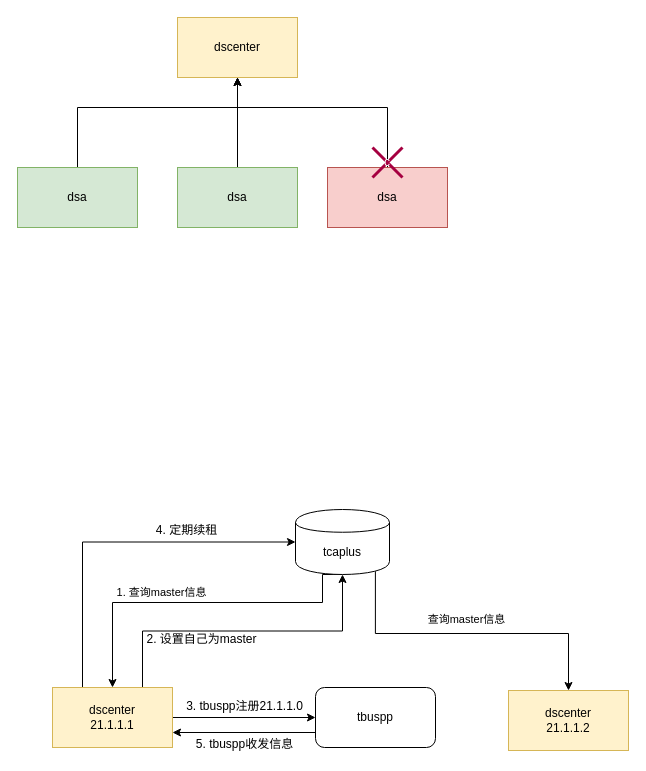
viclab/note keeps this draw.io diagram as Frame.drawio. Above is the earlier version. Source tidied: cells renumbered, new cells numbered last; positions are measured from the earlier drawing's top-left corner, leaving out a move shared by most shapes. Both pictures are drawn from the tidied source at 100%, with x=0, y=0 at pixel (17, 17).
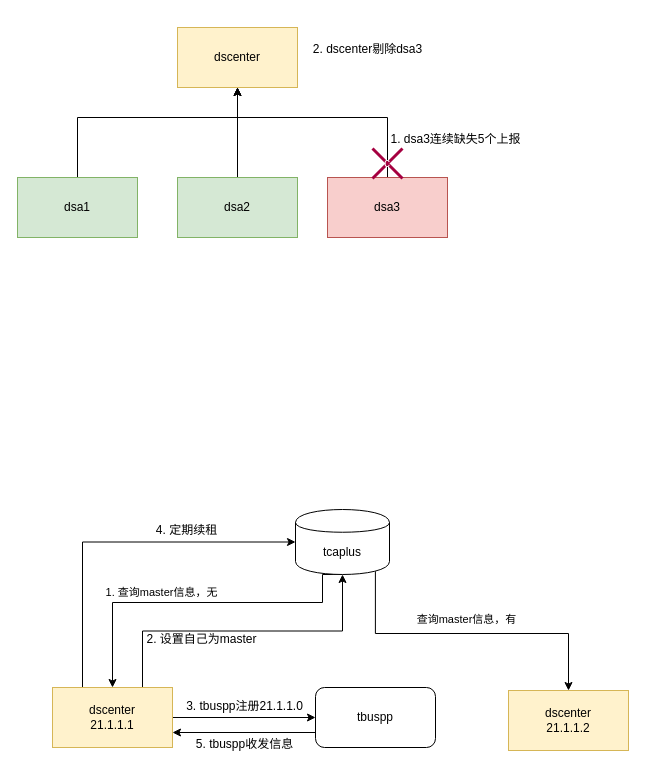
After the change.

Change to the diagram source:
```diff
@@
     <mxCell id="2" value="dscenter" style="rounded=0;whiteSpace=wrap;html=1;fillColor=#fff2cc;strokeColor=#d6b656;" parent="1" vertex="1">
-      <mxGeometry x="160" width="120" height="60" as="geometry" />
+      <mxGeometry x="160" y="10" width="120" height="60" as="geometry" />
     </mxCell>
     <mxCell id="3" style="edgeStyle=orthogonalEdgeStyle;rounded=0;jettySize=auto;html=1;exitX=0.5;exitY=0;exitDx=0;exitDy=0;entryX=0.5;entryY=1;entryDx=0;entryDy=0;" parent="1" edge="1" source="4" target="2">
       <mxGeometry relative="1" as="geometry">
         <Array as="points">
-          <mxPoint x="60" y="90" />
-          <mxPoint x="220" y="90" />
+          <mxPoint x="60" y="100" />
+          <mxPoint x="220" y="100" />
         </Array>
       </mxGeometry>
     </mxCell>
-    <mxCell id="4" value="dsa" style="rounded=0;whiteSpace=wrap;html=1;fillColor=#d5e8d4;strokeColor=#82b366;" parent="1" vertex="1">
-      <mxGeometry y="150" width="120" height="60" as="geometry" />
+    <mxCell id="4" value="dsa1" style="rounded=0;whiteSpace=wrap;html=1;fillColor=#d5e8d4;strokeColor=#82b366;" parent="1" vertex="1">
+      <mxGeometry y="160" width="120" height="60" as="geometry" />
     </mxCell>
@@
-    <mxCell id="6" value="dsa" style="rounded=0;whiteSpace=wrap;html=1;fillColor=#d5e8d4;strokeColor=#82b366;" parent="1" vertex="1">
-      <mxGeometry x="160" y="150" width="120" height="60" as="geometry" />
+    <mxCell id="6" value="dsa2" style="rounded=0;whiteSpace=wrap;html=1;fillColor=#d5e8d4;strokeColor=#82b366;" parent="1" vertex="1">
+      <mxGeometry x="160" y="160" width="120" height="60" as="geometry" />
     </mxCell>
     <mxCell id="7" style="edgeStyle=orthogonalEdgeStyle;rounded=0;jettySize=auto;html=1;exitX=0.5;exitY=0;exitDx=0;exitDy=0;" parent="1" edge="1" source="8">
       <mxGeometry relative="1" as="geometry">
-        <mxPoint x="220" y="60" as="targetPoint" />
+        <mxPoint x="220" y="70" as="targetPoint" />
         <Array as="points">
-          <mxPoint x="370" y="90" />
-          <mxPoint x="220" y="90" />
+          <mxPoint x="370" y="100" />
+          <mxPoint x="220" y="100" />
         </Array>
       </mxGeometry>
     </mxCell>
-    <mxCell id="8" value="dsa" style="rounded=0;whiteSpace=wrap;html=1;fillColor=#f8cecc;strokeColor=#b85450;" parent="1" vertex="1">
-      <mxGeometry x="310" y="150" width="120" height="60" as="geometry" />
+    <mxCell id="8" value="dsa3" style="rounded=0;whiteSpace=wrap;html=1;fillColor=#f8cecc;strokeColor=#b85450;" parent="1" vertex="1">
+      <mxGeometry x="310" y="160" width="120" height="60" as="geometry" />
     </mxCell>
     <mxCell id="9" value="c" style="shape=umlDestroy;whiteSpace=wrap;html=1;strokeWidth=3;fillColor=#d80073;strokeColor=#A50040;fontColor=#ffffff;" parent="1" vertex="1">
-      <mxGeometry x="355" y="130" width="30" height="30" as="geometry" />
+      <mxGeometry x="355" y="131" width="30" height="30" as="geometry" />
     </mxCell>
@@
-    <mxCell id="22" value="1. 查询master信息" style="edgeLabel;html=1;align=center;verticalAlign=middle;" parent="1" vertex="1">
+    <mxCell id="22" value="1. 查询master信息，无" style="edgeLabel;html=1;align=center;verticalAlign=middle;" parent="1" vertex="1">
       <mxGeometry x="143" y="574" as="geometry" />
     </mxCell>
-    <mxCell id="23" value="查询master信息" style="edgeLabel;html=1;align=center;verticalAlign=middle;" parent="1" vertex="1">
+    <mxCell id="23" value="查询master信息，有" style="edgeLabel;html=1;align=center;verticalAlign=middle;" parent="1" vertex="1">
       <mxGeometry x="448" y="601" as="geometry" />
     </mxCell>
@@
+    <mxCell id="26" value="1. dsa3连续缺失5个上报" style="text;html=1;align=center;verticalAlign=middle;strokeColor=none;" parent="1" vertex="1">
+      <mxGeometry x="368" y="113" width="140" height="18" as="geometry" />
+    </mxCell>
+    <mxCell id="27" value="2. dscenter剔除dsa3" style="text;html=1;align=center;verticalAlign=middle;strokeColor=none;" parent="1" vertex="1">
+      <mxGeometry x="290" y="23" width="119" height="18" as="geometry" />
+    </mxCell>
```
